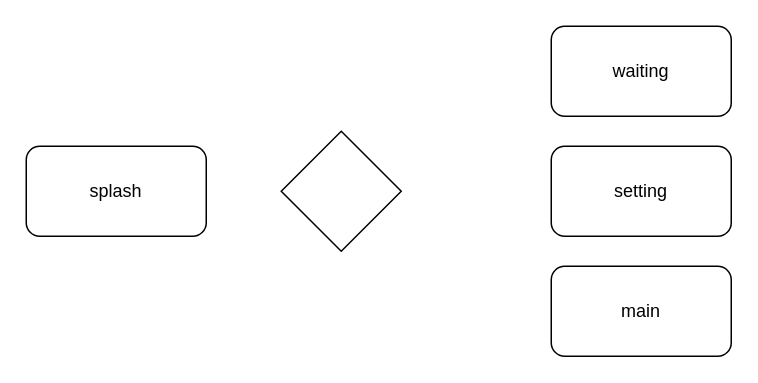
This is page "splash" (1 of 4) of Untitled Diagram.drawio from ahmadbasarudin/test123, a draw.io file, before an edit. Source tidied: cells renumbered, new cells numbered last; positions are measured from the earlier drawing's top-left corner, leaving out a move shared by most shapes. Both pictures are drawn from the tidied source at 150%, with x=0, y=0 at pixel (26, 26).
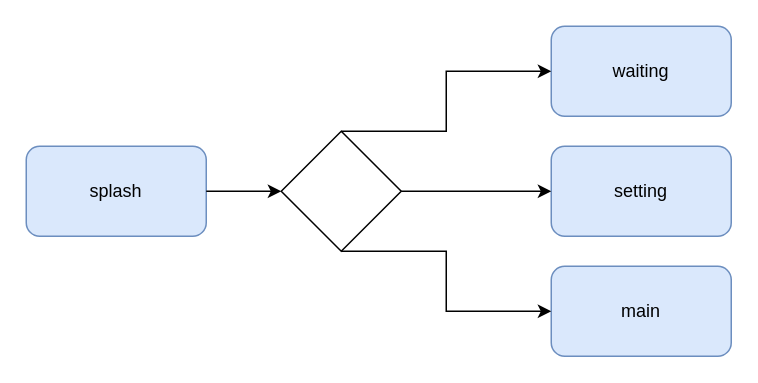
Above is the later version.

What changed in the source:
```diff
@@
 <mxGraphModel>
   <root>
     <mxCell id="0" />
     <mxCell id="1" parent="0" />
-    <mxCell id="2" value="splash" style="rounded=1;whiteSpace=wrap;html=1;" parent="1" vertex="1">
+    <mxCell id="2" value="splash" style="rounded=1;whiteSpace=wrap;html=1;fillColor=#dae8fc;strokeColor=#6c8ebf;" parent="1" vertex="1">
       <mxGeometry y="80" width="120" height="60" as="geometry" />
     </mxCell>
     <mxCell id="3" style="rhombus;whiteSpace=wrap;html=1;" parent="1" vertex="1">
       <mxGeometry x="170" y="70" width="80" height="80" as="geometry" />
     </mxCell>
-    <mxCell id="4" value="waiting" style="rounded=1;whiteSpace=wrap;html=1;" parent="1" vertex="1">
+    <mxCell id="4" value="waiting" style="rounded=1;whiteSpace=wrap;html=1;fillColor=#dae8fc;strokeColor=#6c8ebf;" parent="1" vertex="1">
       <mxGeometry x="350" width="120" height="60" as="geometry" />
     </mxCell>
-    <mxCell id="5" value="setting" style="rounded=1;whiteSpace=wrap;html=1;" parent="1" vertex="1">
+    <mxCell id="5" value="setting" style="rounded=1;whiteSpace=wrap;html=1;fillColor=#dae8fc;strokeColor=#6c8ebf;" parent="1" vertex="1">
       <mxGeometry x="350" y="80" width="120" height="60" as="geometry" />
     </mxCell>
-    <mxCell id="6" value="main" style="rounded=1;whiteSpace=wrap;html=1;" parent="1" vertex="1">
+    <mxCell id="6" value="main" style="rounded=1;whiteSpace=wrap;html=1;fillColor=#dae8fc;strokeColor=#6c8ebf;" parent="1" vertex="1">
       <mxGeometry x="350" y="160" width="120" height="60" as="geometry" />
     </mxCell>
+    <mxCell id="7" style="edgeStyle=elbowEdgeStyle;elbow=horizontal;endArrow=classic;html=1;rounded=0;exitX=0.5;exitY=0;exitDx=0;exitDy=0;entryX=0;entryY=0.5;entryDx=0;entryDy=0;" parent="1" edge="1" source="3" target="4">
+      <mxGeometry relative="1" as="geometry" />
+    </mxCell>
+    <mxCell id="8" style="edgeStyle=elbowEdgeStyle;elbow=horizontal;endArrow=classic;html=1;rounded=0;entryX=0;entryY=0.5;entryDx=0;entryDy=0;" parent="1" edge="1">
+      <mxGeometry relative="1" as="geometry">
+        <mxPoint x="120" y="110" as="sourcePoint" />
+        <mxPoint x="170" y="110" as="targetPoint" />
+      </mxGeometry>
+    </mxCell>
+    <mxCell id="9" style="edgeStyle=elbowEdgeStyle;elbow=horizontal;endArrow=classic;html=1;rounded=0;entryX=0;entryY=0.5;entryDx=0;entryDy=0;exitX=1;exitY=0.5;exitDx=0;exitDy=0;" parent="1" edge="1" source="3" target="5">
+      <mxGeometry relative="1" as="geometry" />
+    </mxCell>
+    <mxCell id="10" style="edgeStyle=elbowEdgeStyle;elbow=horizontal;endArrow=classic;html=1;rounded=0;entryX=0;entryY=0.5;entryDx=0;entryDy=0;exitX=0.5;exitY=1;exitDx=0;exitDy=0;" parent="1" edge="1" source="3" target="6">
+      <mxGeometry relative="1" as="geometry" />
+    </mxCell>
   </root>
 </mxGraphModel>
```
